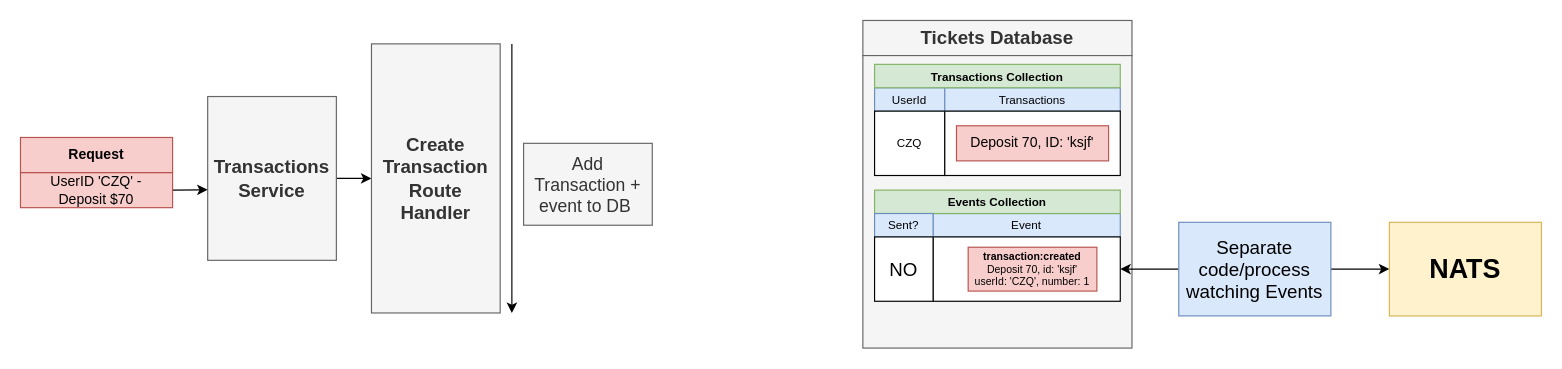
HappySuzuki/microservices-cast keeps this draw.io diagram as page "07 - proc" (11 of 20) of diagrams/05/14.drawio. Above is the earlier version. Source tidied: cells renumbered, new cells numbered last; positions are measured from the earlier drawing's top-left corner, leaving out a move shared by most shapes. Both pictures are drawn from the tidied source at 117%, with x=0, y=0 at pixel (20, 20).
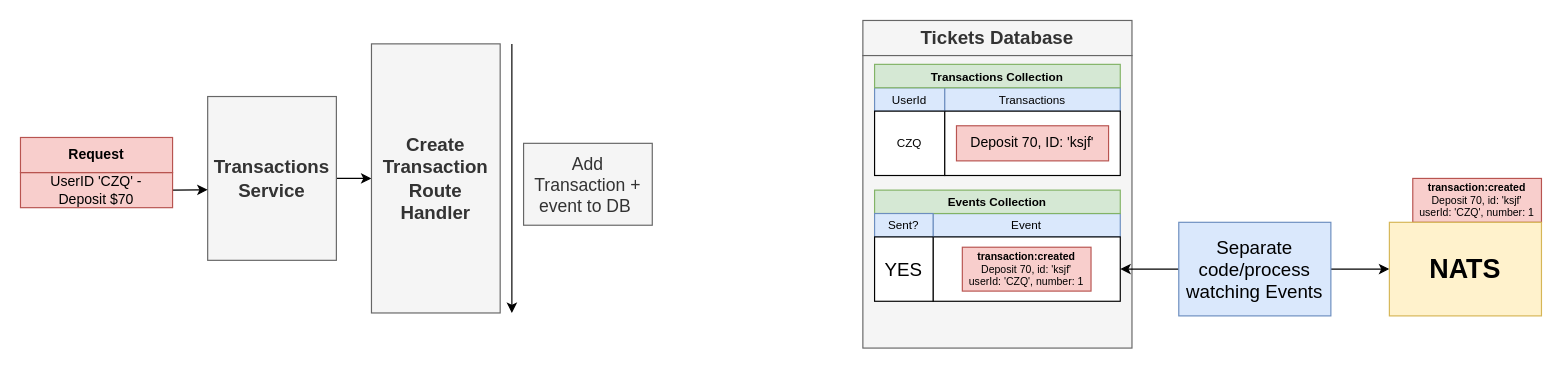
After the change.

What changed in the source:
```diff
@@
     <mxCell id="21" value="&lt;b style=&quot;font-size: 9px;&quot;&gt;transaction:created&lt;/b&gt;&lt;br style=&quot;font-size: 9px;&quot;&gt;Deposit 70, id: 'ksjf'&lt;br style=&quot;font-size: 9px;&quot;&gt;userId: 'CZQ', number: 1" style="rounded=0;whiteSpace=wrap;html=1;fontSize=9;align=center;fillColor=#f8cecc;strokeColor=#b85450;" parent="1" vertex="1">
-      <mxGeometry x="810" y="193.8" width="110" height="37.5" as="geometry" />
+      <mxGeometry x="1190" y="135" width="110" height="37.5" as="geometry" />
     </mxCell>
@@
-    <mxCell id="23" value="NO" style="rounded=0;whiteSpace=wrap;html=1;fontSize=16;align=center;" parent="1" vertex="1">
+    <mxCell id="23" value="YES" style="rounded=0;whiteSpace=wrap;html=1;fontSize=16;align=center;" parent="1" vertex="1">
       <mxGeometry x="730" y="185" width="50" height="55" as="geometry" />
     </mxCell>
@@
+    <mxCell id="28" value="&lt;b style=&quot;font-size: 9px;&quot;&gt;transaction:created&lt;/b&gt;&lt;br style=&quot;font-size: 9px;&quot;&gt;Deposit 70, id: 'ksjf'&lt;br style=&quot;font-size: 9px;&quot;&gt;userId: 'CZQ', number: 1" style="rounded=0;whiteSpace=wrap;html=1;fontSize=9;align=center;fillColor=#f8cecc;strokeColor=#b85450;" parent="1" vertex="1">
+      <mxGeometry x="805" y="193.8" width="110" height="37.5" as="geometry" />
+    </mxCell>
```
